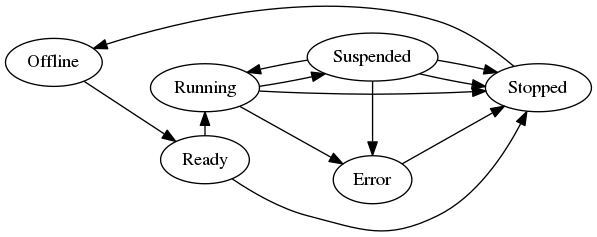
Earlier version of the Graphviz export docs/img/rproc-lcm-state-machine.png (OpenAMP/open-amp). Its source is kept beside it as docs/img-src/rproc-lcm-state-machine.gv. The source it was exported from:
```dot

digraph G {
  rankdir="LR"
  st_offline [label="Offline"]
  st_ready [label="Ready"]
  st_running [label="Running"]
  st_suspended [label="Suspended"]
  st_error [label="Error"]
  st_stopped [label="Stopped"]

  st_offline -> st_ready
  st_ready -> st_running
  st_ready -> st_stopped
  st_running -> st_suspended
  st_suspended -> st_running
  st_suspended -> st_stopped
  st_stopped -> st_offline
  st_running -> st_error
  st_running -> st_stopped
  st_suspended -> st_error
  st_error -> st_stopped
  st_suspended -> st_stopped

  {rank=same; st_ready; st_running}
  {rank=same; st_suspended; st_error}
}
```
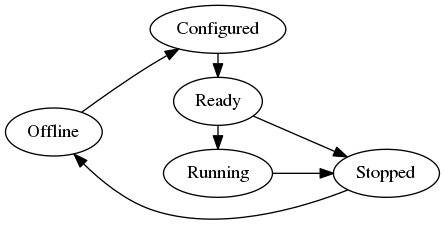
After the change.

Diff of the diagram source:
```diff
@@ -2,25 +2,17 @@
 digraph G {
   rankdir="LR"
   st_offline [label="Offline"]
+  st_configured [label="Configured"]
   st_ready [label="Ready"]
   st_running [label="Running"]
-  st_suspended [label="Suspended"]
-  st_error [label="Error"]
   st_stopped [label="Stopped"]
 
-  st_offline -> st_ready
+  st_offline -> st_configured
+  st_configured -> st_ready
   st_ready -> st_running
   st_ready -> st_stopped
-  st_running -> st_suspended
-  st_suspended -> st_running
-  st_suspended -> st_stopped
   st_stopped -> st_offline
-  st_running -> st_error
   st_running -> st_stopped
-  st_suspended -> st_error
-  st_error -> st_stopped
-  st_suspended -> st_stopped
 
-  {rank=same; st_ready; st_running}
-  {rank=same; st_suspended; st_error}
+  {rank=same; st_configured; st_ready; st_running}
 }
```
